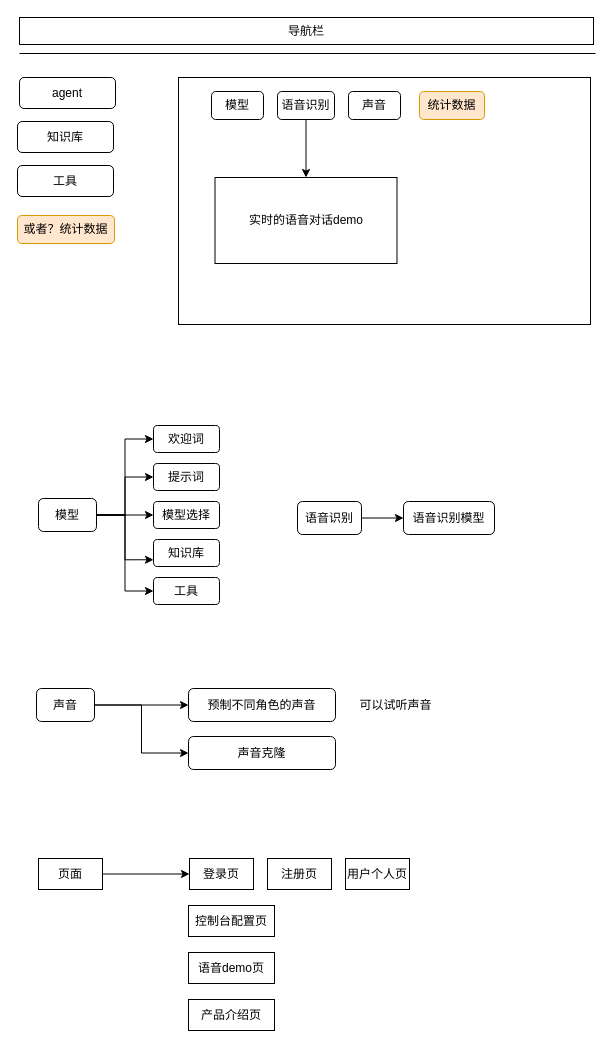
Earlier version of the draw.io diagram page "第 1 页" (1 of 2) of 产品PRD.drawio (joeylin/draw.io). Source tidied: cells renumbered, new cells numbered last; positions are measured from the earlier drawing's top-left corner, leaving out a move shared by most shapes. Both pictures are drawn from the tidied source at 100%, with x=0, y=0 at pixel (17, 17).
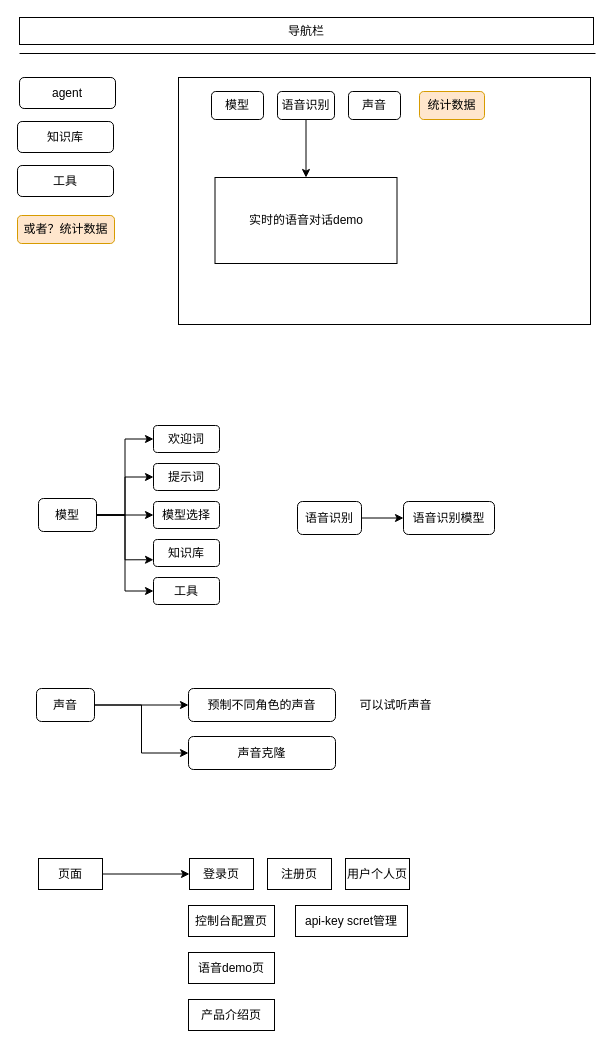
The same diagram, later.

Change to the diagram source:
```diff
@@
+    <mxCell id="43" value="api-key scret管理" style="rounded=0;whiteSpace=wrap;html=1;" parent="1" vertex="1">
+      <mxGeometry x="278" y="888" width="112" height="31" as="geometry" />
+    </mxCell>
```
